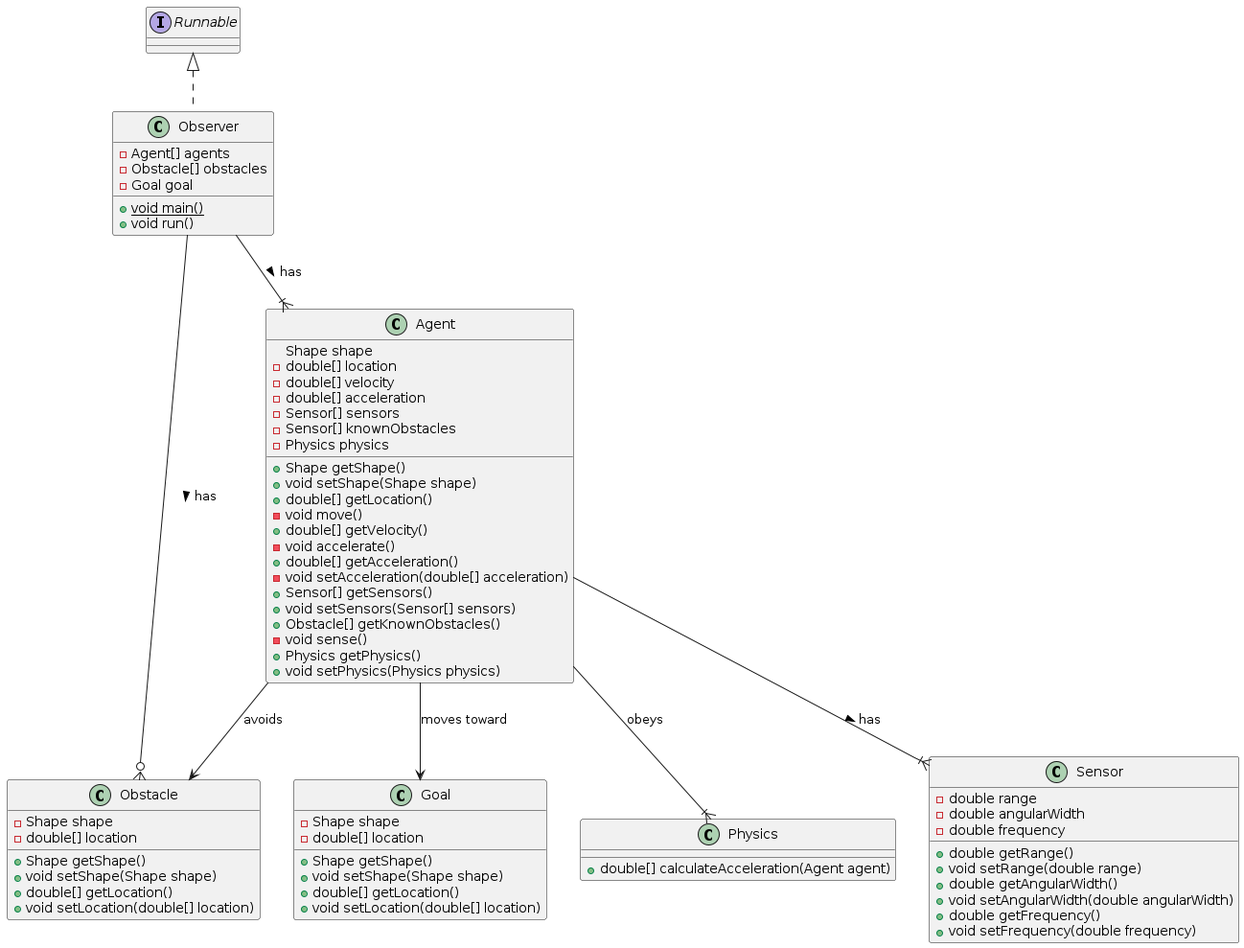
Earlier version of the PlantUML export doc/diagrams/simulation.png (dalemorris2021/agent-simulation).
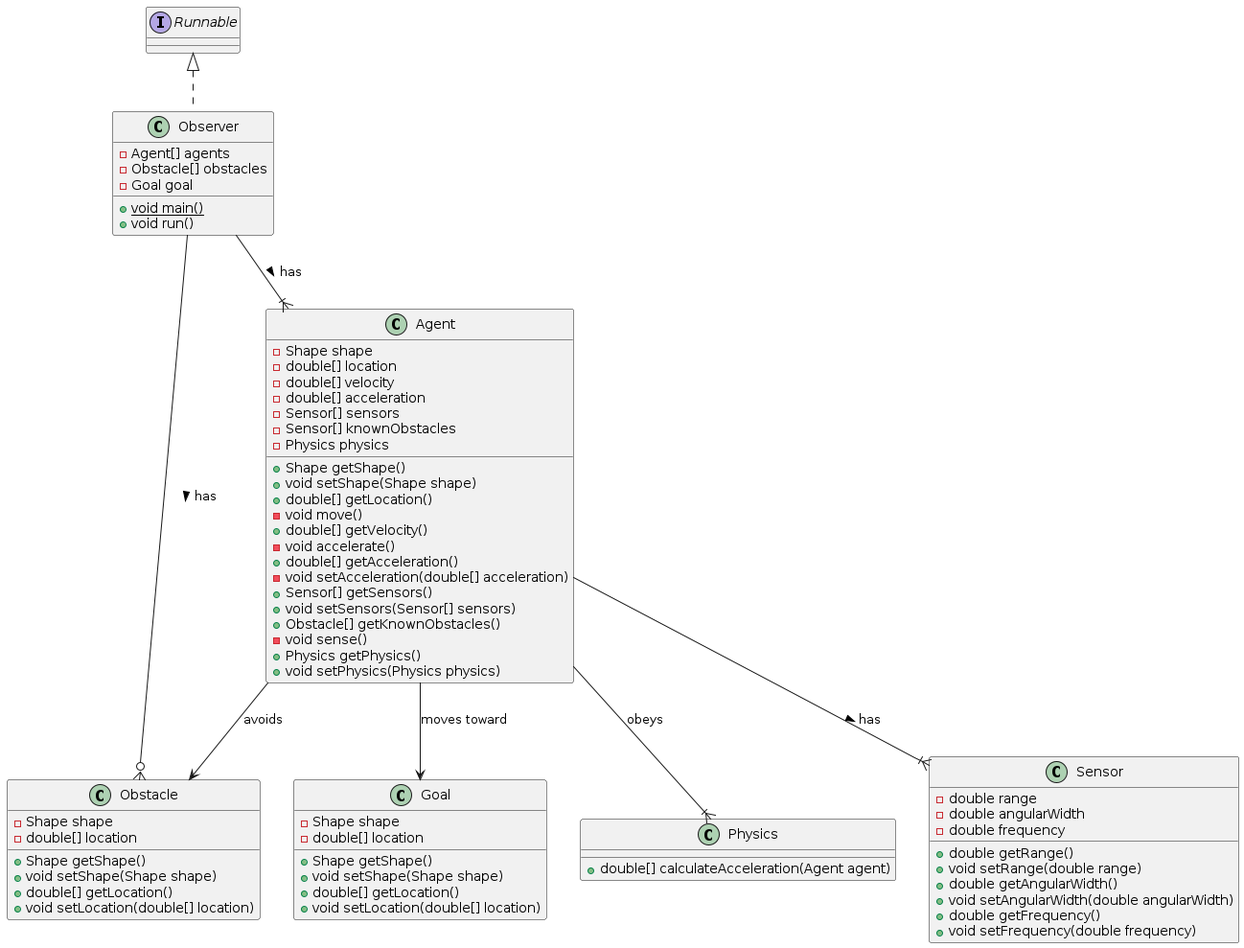
Above is the later version.

Commit message:
Refactored UML for PlantUML extension compatiblity

What changed in the source:
```diff
@@ -9,7 +9,7 @@
 }
 
 class Agent {
-    Shape shape
+    - Shape shape
     - double[] location
     - double[] velocity
     - double[] acceleration
```
